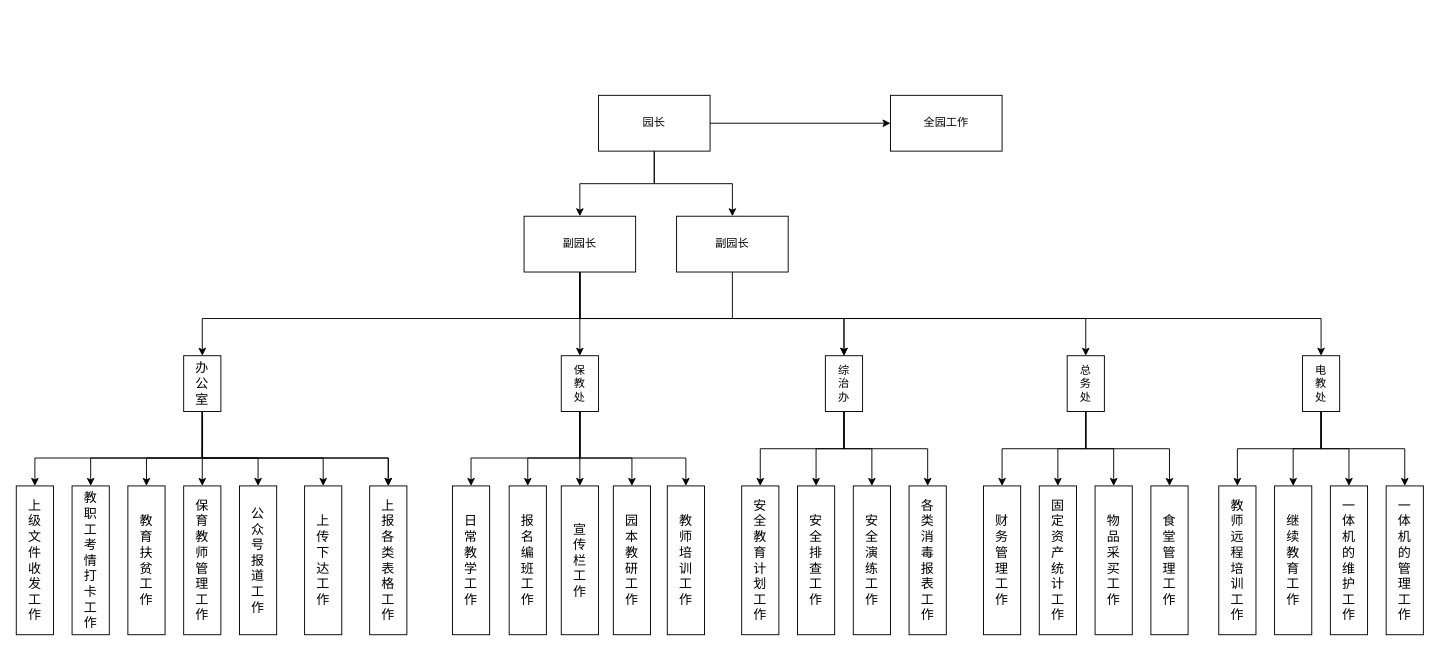
Earlier version of the draw.io diagram Untitled Diagram.drawio (SummerWindL/knowledge_base). Source tidied: cells renumbered, new cells numbered last; positions are measured from the earlier drawing's top-left corner, leaving out a move shared by most shapes. Both pictures are drawn from the tidied source at 93%, with x=0, y=0 at pixel (16, 95).
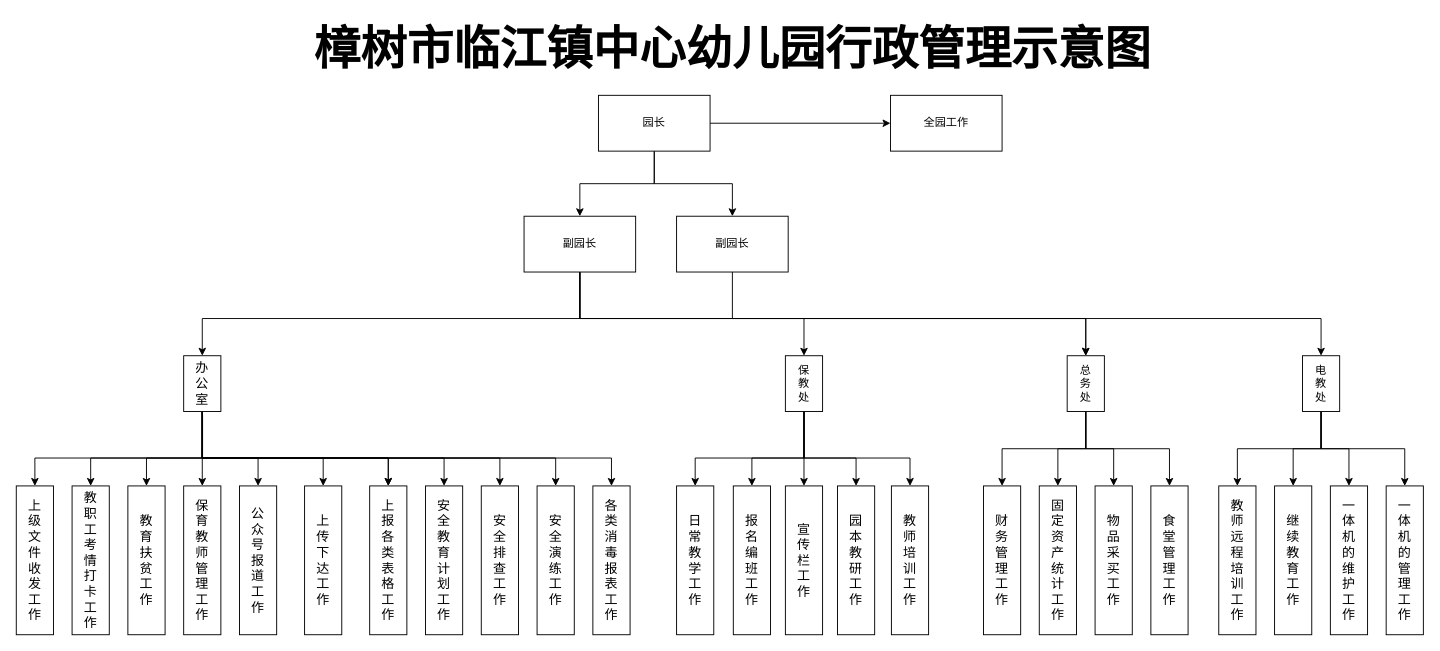
Above is the later version.

The change refers to these unchanged cells:
```xml
<mxCell id="9" value="办&lt;br&gt;公&lt;br&gt;室" style="rounded=0;whiteSpace=wrap;html=1;shadow=0;labelBackgroundColor=none;fontFamily=Verdana;fontSize=14;align=center;verticalAlign=middle;" parent="1" vertex="1">
  <mxGeometry x="180" y="280" width="40" height="60" as="geometry" />
</mxCell>
<mxCell id="30" value="总&lt;br&gt;务&lt;br&gt;处" style="rounded=0;whiteSpace=wrap;html=1;" parent="1" vertex="1">
  <mxGeometry x="1130" y="280" width="40" height="60" as="geometry" />
</mxCell>
<mxCell id="66" value="副园长" style="rounded=0;whiteSpace=wrap;html=1;" parent="1" vertex="1">
  <mxGeometry x="546" y="130" width="120" height="60" as="geometry" />
</mxCell>
<mxCell id="68" value="副园长" style="rounded=0;whiteSpace=wrap;html=1;" parent="1" vertex="1">
  <mxGeometry x="710" y="130" width="120" height="60" as="geometry" />
</mxCell>
```

The edit, as a diff of the source:
```diff
@@
+    <mxCell id="69" style="edgeStyle=orthogonalEdgeStyle;rounded=0;jettySize=auto;html=1;entryX=0.5;entryY=0;entryDx=0;entryDy=0;" parent="1" edge="1" source="9" target="48">
+      <mxGeometry relative="1" as="geometry">
+        <Array as="points">
+          <mxPoint x="200" y="390" />
+          <mxPoint x="460" y="390" />
+        </Array>
+      </mxGeometry>
+    </mxCell>
+    <mxCell id="70" style="edgeStyle=orthogonalEdgeStyle;rounded=0;jettySize=auto;html=1;entryX=0.5;entryY=0;entryDx=0;entryDy=0;" parent="1" edge="1" source="9" target="50">
+      <mxGeometry relative="1" as="geometry">
+        <Array as="points">
+          <mxPoint x="200" y="390" />
+          <mxPoint x="520" y="390" />
+        </Array>
+      </mxGeometry>
+    </mxCell>
+    <mxCell id="71" style="edgeStyle=orthogonalEdgeStyle;rounded=0;jettySize=auto;html=1;entryX=0.5;entryY=0;entryDx=0;entryDy=0;" parent="1" edge="1" source="9" target="51">
+      <mxGeometry relative="1" as="geometry">
+        <Array as="points">
+          <mxPoint x="200" y="390" />
+          <mxPoint x="580" y="390" />
+        </Array>
+      </mxGeometry>
+    </mxCell>
+    <mxCell id="72" style="edgeStyle=orthogonalEdgeStyle;rounded=0;jettySize=auto;html=1;entryX=0.5;entryY=0;entryDx=0;entryDy=0;" parent="1" edge="1" source="9" target="52">
+      <mxGeometry relative="1" as="geometry">
+        <Array as="points">
+          <mxPoint x="200" y="390" />
+          <mxPoint x="640" y="390" />
+        </Array>
+      </mxGeometry>
+    </mxCell>
@@
-    <mxCell id="15" style="edgeStyle=orthogonalEdgeStyle;rounded=0;jettySize=auto;html=1;entryX=0.5;entryY=0;entryDx=0;entryDy=0;fontFamily=Verdana;fontSize=14;" parent="1" edge="1" source="19" target="48">
-      <mxGeometry relative="1" as="geometry">
-        <Array as="points">
-          <mxPoint x="890" y="380" />
-          <mxPoint x="800" y="380" />
-        </Array>
-      </mxGeometry>
-    </mxCell>
-    <mxCell id="16" style="edgeStyle=orthogonalEdgeStyle;rounded=0;jettySize=auto;html=1;entryX=0.5;entryY=0;entryDx=0;entryDy=0;fontFamily=Verdana;fontSize=14;" parent="1" edge="1" source="19" target="50">
-      <mxGeometry relative="1" as="geometry" />
-    </mxCell>
-    <mxCell id="17" style="edgeStyle=orthogonalEdgeStyle;rounded=0;jettySize=auto;html=1;entryX=0.5;entryY=0;entryDx=0;entryDy=0;fontFamily=Verdana;fontSize=14;" parent="1" edge="1" source="19" target="51">
-      <mxGeometry relative="1" as="geometry" />
-    </mxCell>
-    <mxCell id="18" style="edgeStyle=orthogonalEdgeStyle;rounded=0;jettySize=auto;html=1;entryX=0.5;entryY=0;entryDx=0;entryDy=0;fontFamily=Verdana;fontSize=14;" parent="1" edge="1" source="19" target="52">
-      <mxGeometry relative="1" as="geometry">
-        <Array as="points">
-          <mxPoint x="890" y="380" />
-          <mxPoint x="980" y="380" />
-        </Array>
-      </mxGeometry>
-    </mxCell>
-    <mxCell id="19" value="综&lt;br&gt;治&lt;br&gt;办" style="rounded=0;whiteSpace=wrap;html=1;" parent="1" vertex="1">
-      <mxGeometry x="870" y="280" width="40" height="60" as="geometry" />
-    </mxCell>
     <mxCell id="20" style="edgeStyle=orthogonalEdgeStyle;rounded=0;jettySize=auto;html=1;entryX=0.5;entryY=0;entryDx=0;entryDy=0;fontFamily=Verdana;fontSize=14;" parent="1" edge="1" source="25" target="44">
       <mxGeometry relative="1" as="geometry">
         <Array as="points">
-          <mxPoint x="606" y="390" />
-          <mxPoint x="489" y="390" />
+          <mxPoint x="847" y="390" />
+          <mxPoint x="730" y="390" />
         </Array>
       </mxGeometry>
     </mxCell>
     <mxCell id="21" style="edgeStyle=orthogonalEdgeStyle;rounded=0;jettySize=auto;html=1;entryX=0.5;entryY=0;entryDx=0;entryDy=0;fontFamily=Verdana;fontSize=14;" parent="1" edge="1" source="25" target="42">
       <mxGeometry relative="1" as="geometry">
         <Array as="points">
-          <mxPoint x="606" y="390" />
-          <mxPoint x="550" y="390" />
+          <mxPoint x="847" y="390" />
+          <mxPoint x="791" y="390" />
         </Array>
       </mxGeometry>
     </mxCell>
@@
     <mxCell id="23" style="edgeStyle=orthogonalEdgeStyle;rounded=0;jettySize=auto;html=1;entryX=0.5;entryY=0;entryDx=0;entryDy=0;fontFamily=Verdana;fontSize=14;" parent="1" edge="1" source="25" target="47">
       <mxGeometry relative="1" as="geometry">
         <Array as="points">
-          <mxPoint x="606" y="390" />
-          <mxPoint x="662" y="390" />
+          <mxPoint x="847" y="390" />
+          <mxPoint x="903" y="390" />
         </Array>
       </mxGeometry>
     </mxCell>
     <mxCell id="24" style="edgeStyle=orthogonalEdgeStyle;rounded=0;jettySize=auto;html=1;entryX=0.5;entryY=0;entryDx=0;entryDy=0;fontFamily=Verdana;fontSize=14;" parent="1" edge="1" source="25" target="43">
       <mxGeometry relative="1" as="geometry">
         <Array as="points">
-          <mxPoint x="606" y="390" />
-          <mxPoint x="720" y="390" />
+          <mxPoint x="847" y="390" />
+          <mxPoint x="961" y="390" />
         </Array>
       </mxGeometry>
     </mxCell>
     <mxCell id="25" value="保&lt;br&gt;教&lt;br&gt;处" style="rounded=0;whiteSpace=wrap;html=1;" parent="1" vertex="1">
-      <mxGeometry x="586" y="280" width="40" height="60" as="geometry" />
+      <mxGeometry x="827" y="280" width="40" height="60" as="geometry" />
     </mxCell>
@@
     <mxCell id="42" value="报&lt;br&gt;名&lt;br&gt;编&lt;br&gt;班&lt;br&gt;工&lt;br&gt;作" style="rounded=0;whiteSpace=wrap;html=1;shadow=0;labelBackgroundColor=none;fontFamily=Verdana;fontSize=14;align=center;verticalAlign=middle;" parent="1" vertex="1">
-      <mxGeometry x="530" y="420" width="40" height="160" as="geometry" />
+      <mxGeometry x="771" y="420" width="40" height="160" as="geometry" />
     </mxCell>
     <mxCell id="43" value="教&lt;br&gt;师&lt;br&gt;培&lt;br&gt;训&lt;br&gt;工&lt;br&gt;作" style="rounded=0;whiteSpace=wrap;html=1;shadow=0;labelBackgroundColor=none;fontFamily=Verdana;fontSize=14;align=center;verticalAlign=middle;" parent="1" vertex="1">
-      <mxGeometry x="700" y="420" width="40" height="160" as="geometry" />
+      <mxGeometry x="941" y="420" width="40" height="160" as="geometry" />
     </mxCell>
     <mxCell id="44" value="日&lt;br&gt;常&lt;br&gt;教&lt;br&gt;学&lt;br&gt;工&lt;br&gt;作" style="rounded=0;whiteSpace=wrap;html=1;shadow=0;labelBackgroundColor=none;fontFamily=Verdana;fontSize=14;align=center;verticalAlign=middle;" parent="1" vertex="1">
-      <mxGeometry x="469" y="420" width="40" height="160" as="geometry" />
+      <mxGeometry x="710" y="420" width="40" height="160" as="geometry" />
     </mxCell>
     <mxCell id="45" value="宣&lt;br&gt;传&lt;br&gt;栏&lt;br&gt;工&lt;br&gt;作" style="rounded=0;whiteSpace=wrap;html=1;shadow=0;labelBackgroundColor=none;fontFamily=Verdana;fontSize=14;align=center;verticalAlign=middle;" parent="1" vertex="1">
-      <mxGeometry x="586" y="420" width="40" height="160" as="geometry" />
+      <mxGeometry x="827" y="420" width="40" height="160" as="geometry" />
     </mxCell>
@@
     <mxCell id="47" value="园&lt;br&gt;本&lt;br&gt;教&lt;br&gt;研&lt;br&gt;工&lt;br&gt;作" style="rounded=0;whiteSpace=wrap;html=1;shadow=0;labelBackgroundColor=none;fontFamily=Verdana;fontSize=14;align=center;verticalAlign=middle;" parent="1" vertex="1">
-      <mxGeometry x="642" y="420" width="40" height="160" as="geometry" />
+      <mxGeometry x="883" y="420" width="40" height="160" as="geometry" />
     </mxCell>
     <mxCell id="48" value="安&lt;br&gt;全&lt;br&gt;教&lt;br&gt;育&lt;br&gt;计&lt;br&gt;划&lt;br&gt;工&lt;br&gt;作" style="rounded=0;whiteSpace=wrap;html=1;shadow=0;labelBackgroundColor=none;fontFamily=Verdana;fontSize=14;align=center;verticalAlign=middle;" parent="1" vertex="1">
-      <mxGeometry x="780" y="420" width="40" height="160" as="geometry" />
+      <mxGeometry x="440" y="420" width="40" height="160" as="geometry" />
     </mxCell>
@@
     <mxCell id="50" value="安&lt;br&gt;全&lt;br&gt;排&lt;br&gt;查&lt;br&gt;工&lt;br&gt;作" style="rounded=0;whiteSpace=wrap;html=1;shadow=0;labelBackgroundColor=none;fontFamily=Verdana;fontSize=14;align=center;verticalAlign=middle;" parent="1" vertex="1">
-      <mxGeometry x="840" y="420" width="40" height="160" as="geometry" />
+      <mxGeometry x="500" y="420" width="40" height="160" as="geometry" />
     </mxCell>
     <mxCell id="51" value="安&lt;br&gt;全&lt;br&gt;演&lt;br&gt;练&lt;br&gt;工&lt;br&gt;作" style="rounded=0;whiteSpace=wrap;html=1;shadow=0;labelBackgroundColor=none;fontFamily=Verdana;fontSize=14;align=center;verticalAlign=middle;" parent="1" vertex="1">
-      <mxGeometry x="900" y="420" width="40" height="160" as="geometry" />
+      <mxGeometry x="560" y="420" width="40" height="160" as="geometry" />
     </mxCell>
     <mxCell id="52" value="各&lt;br&gt;类&lt;br&gt;消&lt;br&gt;毒&lt;br&gt;报&lt;br&gt;表&lt;br&gt;工&lt;br&gt;作" style="rounded=0;whiteSpace=wrap;html=1;shadow=0;labelBackgroundColor=none;fontFamily=Verdana;fontSize=14;align=center;verticalAlign=middle;" parent="1" vertex="1">
-      <mxGeometry x="960" y="420" width="40" height="160" as="geometry" />
+      <mxGeometry x="620" y="420" width="40" height="160" as="geometry" />
     </mxCell>
@@
     <mxCell id="62" style="edgeStyle=orthogonalEdgeStyle;rounded=0;jettySize=auto;html=1;fontFamily=Verdana;fontSize=14;" parent="1" edge="1" source="66" target="25">
-      <mxGeometry relative="1" as="geometry" />
+      <mxGeometry relative="1" as="geometry">
+        <Array as="points">
+          <mxPoint x="606" y="240" />
+          <mxPoint x="847" y="240" />
+        </Array>
+      </mxGeometry>
     </mxCell>
-    <mxCell id="63" style="edgeStyle=orthogonalEdgeStyle;rounded=0;jettySize=auto;html=1;fontFamily=Verdana;fontSize=14;" parent="1" edge="1" source="66" target="19">
-      <mxGeometry relative="1" as="geometry">
-        <Array as="points">
-          <mxPoint x="606" y="240" />
-          <mxPoint x="890" y="240" />
-        </Array>
-      </mxGeometry>
-    </mxCell>
@@
-    <mxCell id="67" style="edgeStyle=orthogonalEdgeStyle;rounded=0;jettySize=auto;html=1;fontFamily=Verdana;fontSize=14;strokeWidth=1;" parent="1" edge="1" source="68">
-      <mxGeometry relative="1" as="geometry">
-        <mxPoint x="890" y="280" as="targetPoint" />
-        <Array as="points">
-          <mxPoint x="770" y="240" />
-          <mxPoint x="890" y="240" />
-        </Array>
-      </mxGeometry>
-    </mxCell>
+    <mxCell id="73" style="edgeStyle=orthogonalEdgeStyle;rounded=0;jettySize=auto;html=1;entryX=0.5;entryY=0;entryDx=0;entryDy=0;" parent="1" edge="1" source="68" target="30">
+      <mxGeometry relative="1" as="geometry">
+        <Array as="points">
+          <mxPoint x="770" y="240" />
+          <mxPoint x="1150" y="240" />
+        </Array>
+      </mxGeometry>
+    </mxCell>
@@
+    <mxCell id="74" value="樟树市临江镇中心幼儿园行政管理示意图" style="text;html=1;align=center;verticalAlign=middle;strokeColor=none;fontSize=50;fontStyle=1;" parent="1" vertex="1">
+      <mxGeometry x="310" y="-85" width="920" height="70" as="geometry" />
+    </mxCell>
```
